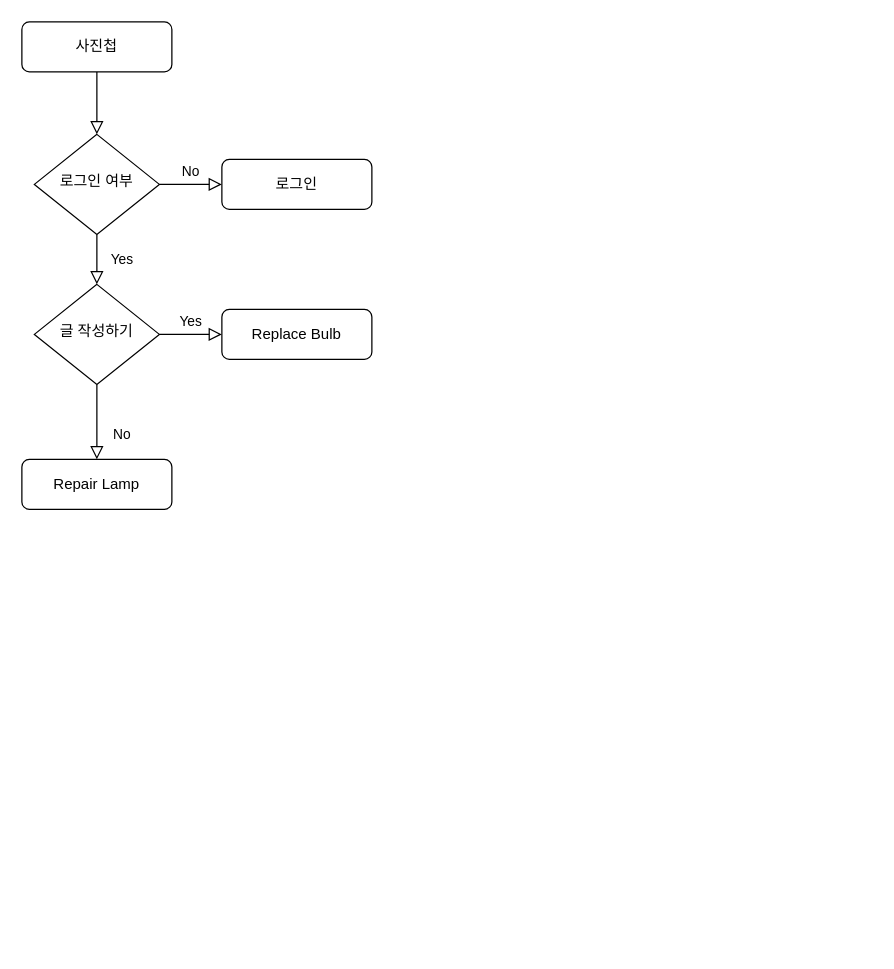
chooosh/chooosh keeps this draw.io diagram as Untitled Diagram.drawio. Above is the earlier version. Source tidied: cells renumbered, new cells numbered last; positions are measured from the earlier drawing's top-left corner, leaving out a move shared by most shapes. Both pictures are drawn from the tidied source at 125%, with x=0, y=0 at pixel (21, 21).
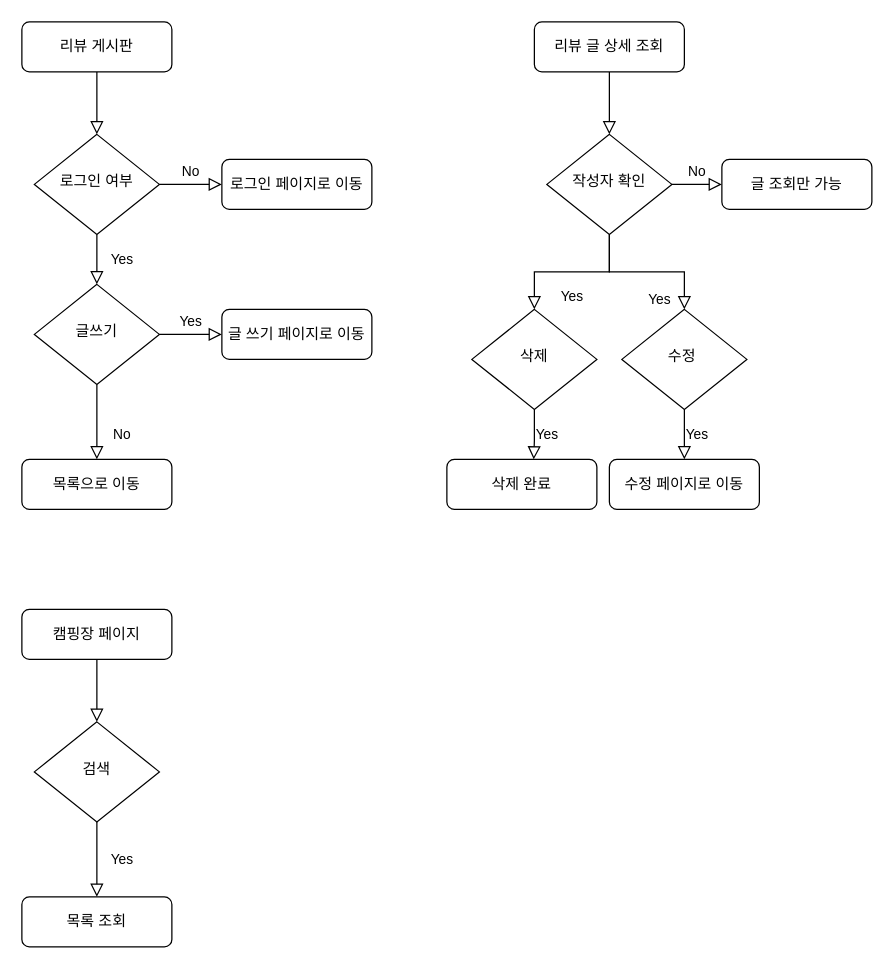
After the change.

Change to the diagram source:
```diff
@@
-    <mxCell id="3" value="사진첩" style="rounded=1;whiteSpace=wrap;html=1;fontSize=12;glass=0;strokeWidth=1;shadow=0;" parent="1" vertex="1">
+    <mxCell id="3" value="리뷰 게시판" style="rounded=1;whiteSpace=wrap;html=1;fontSize=12;glass=0;strokeWidth=1;shadow=0;" parent="1" vertex="1">
       <mxGeometry width="120" height="40" as="geometry" />
     </mxCell>
@@
-    <mxCell id="7" value="로그인" style="rounded=1;whiteSpace=wrap;html=1;fontSize=12;glass=0;strokeWidth=1;shadow=0;" parent="1" vertex="1">
+    <mxCell id="7" value="로그인 페이지로 이동" style="rounded=1;whiteSpace=wrap;html=1;fontSize=12;glass=0;strokeWidth=1;shadow=0;" parent="1" vertex="1">
       <mxGeometry x="160" y="110" width="120" height="40" as="geometry" />
     </mxCell>
@@
-    <mxCell id="10" value="글 작성하기" style="rhombus;whiteSpace=wrap;html=1;shadow=0;fontFamily=Helvetica;fontSize=12;align=center;strokeWidth=1;spacing=6;spacingTop=-4;" parent="1" vertex="1">
+    <mxCell id="10" value="글쓰기" style="rhombus;whiteSpace=wrap;html=1;shadow=0;fontFamily=Helvetica;fontSize=12;align=center;strokeWidth=1;spacing=6;spacingTop=-4;" parent="1" vertex="1">
       <mxGeometry x="10" y="210" width="100" height="80" as="geometry" />
     </mxCell>
-    <mxCell id="11" value="Repair Lamp" style="rounded=1;whiteSpace=wrap;html=1;fontSize=12;glass=0;strokeWidth=1;shadow=0;" parent="1" vertex="1">
+    <mxCell id="11" value="목록으로 이동" style="rounded=1;whiteSpace=wrap;html=1;fontSize=12;glass=0;strokeWidth=1;shadow=0;" parent="1" vertex="1">
       <mxGeometry y="350" width="120" height="40" as="geometry" />
     </mxCell>
-    <mxCell id="12" value="Replace Bulb" style="rounded=1;whiteSpace=wrap;html=1;fontSize=12;glass=0;strokeWidth=1;shadow=0;" parent="1" vertex="1">
+    <mxCell id="12" value="글 쓰기 페이지로 이동" style="rounded=1;whiteSpace=wrap;html=1;fontSize=12;glass=0;strokeWidth=1;shadow=0;" parent="1" vertex="1">
       <mxGeometry x="160" y="230" width="120" height="40" as="geometry" />
     </mxCell>
+    <mxCell id="13" style="rounded=0;html=1;jettySize=auto;fontSize=11;endArrow=block;endFill=0;endSize=8;strokeWidth=1;shadow=0;labelBackgroundColor=none;edgeStyle=orthogonalEdgeStyle;" parent="1" edge="1" source="14" target="17">
+      <mxGeometry relative="1" as="geometry" />
+    </mxCell>
+    <mxCell id="14" value="리뷰 글 상세 조회" style="rounded=1;whiteSpace=wrap;html=1;fontSize=12;glass=0;strokeWidth=1;shadow=0;" parent="1" vertex="1">
+      <mxGeometry x="410" width="120" height="40" as="geometry" />
+    </mxCell>
+    <mxCell id="15" value="Yes" style="rounded=0;html=1;jettySize=auto;fontSize=11;endArrow=block;endFill=0;endSize=8;strokeWidth=1;shadow=0;labelBackgroundColor=none;edgeStyle=orthogonalEdgeStyle;" parent="1" edge="1" source="17" target="20">
+      <mxGeometry x="0.87" y="-20" relative="1" as="geometry">
+        <Array as="points">
+          <mxPoint x="470" y="200" />
+          <mxPoint x="530" y="200" />
+        </Array>
+      </mxGeometry>
+    </mxCell>
+    <mxCell id="16" value="No" style="edgeStyle=orthogonalEdgeStyle;rounded=0;html=1;jettySize=auto;fontSize=11;endArrow=block;endFill=0;endSize=8;strokeWidth=1;shadow=0;labelBackgroundColor=none;" parent="1" edge="1" source="17" target="18">
+      <mxGeometry y="10" relative="1" as="geometry" />
+    </mxCell>
+    <mxCell id="17" value="작성자 확인" style="rhombus;whiteSpace=wrap;html=1;shadow=0;fontFamily=Helvetica;fontSize=12;align=center;strokeWidth=1;spacing=6;spacingTop=-4;" parent="1" vertex="1">
+      <mxGeometry x="420" y="90" width="100" height="80" as="geometry" />
+    </mxCell>
+    <mxCell id="18" value="글 조회만 가능" style="rounded=1;whiteSpace=wrap;html=1;fontSize=12;glass=0;strokeWidth=1;shadow=0;" parent="1" vertex="1">
+      <mxGeometry x="560" y="110" width="120" height="40" as="geometry" />
+    </mxCell>
+    <mxCell id="19" value="Yes" style="edgeStyle=orthogonalEdgeStyle;rounded=0;html=1;jettySize=auto;fontSize=11;endArrow=block;endFill=0;endSize=8;strokeWidth=1;shadow=0;labelBackgroundColor=none;" parent="1" edge="1" source="20" target="22">
+      <mxGeometry y="10" relative="1" as="geometry" />
+    </mxCell>
+    <mxCell id="20" value="수정&amp;nbsp;" style="rhombus;whiteSpace=wrap;html=1;shadow=0;fontFamily=Helvetica;fontSize=12;align=center;strokeWidth=1;spacing=6;spacingTop=-4;" parent="1" vertex="1">
+      <mxGeometry x="480" y="230" width="100" height="80" as="geometry" />
+    </mxCell>
+    <mxCell id="21" value="삭제 완료" style="rounded=1;whiteSpace=wrap;html=1;fontSize=12;glass=0;strokeWidth=1;shadow=0;" parent="1" vertex="1">
+      <mxGeometry x="340" y="350" width="120" height="40" as="geometry" />
+    </mxCell>
+    <mxCell id="22" value="수정 페이지로 이동" style="rounded=1;whiteSpace=wrap;html=1;fontSize=12;glass=0;strokeWidth=1;shadow=0;" parent="1" vertex="1">
+      <mxGeometry x="470" y="350" width="120" height="40" as="geometry" />
+    </mxCell>
+    <mxCell id="23" value="Yes" style="rounded=0;html=1;jettySize=auto;fontSize=11;endArrow=block;endFill=0;endSize=8;strokeWidth=1;shadow=0;labelBackgroundColor=none;edgeStyle=orthogonalEdgeStyle;exitX=0.5;exitY=1;exitDx=0;exitDy=0;entryX=0.5;entryY=0;entryDx=0;entryDy=0;" parent="1" edge="1" source="17" target="24">
+      <mxGeometry y="20" relative="1" as="geometry">
+        <Array as="points">
+          <mxPoint x="470" y="170" />
+          <mxPoint x="470" y="200" />
+          <mxPoint x="410" y="200" />
+        </Array>
+      </mxGeometry>
+    </mxCell>
+    <mxCell id="24" value="삭제" style="rhombus;whiteSpace=wrap;html=1;shadow=0;fontFamily=Helvetica;fontSize=12;align=center;strokeWidth=1;spacing=6;spacingTop=-4;" parent="1" vertex="1">
+      <mxGeometry x="360" y="230" width="100" height="80" as="geometry" />
+    </mxCell>
+    <mxCell id="25" value="Yes" style="edgeStyle=orthogonalEdgeStyle;rounded=0;html=1;jettySize=auto;fontSize=11;endArrow=block;endFill=0;endSize=8;strokeWidth=1;shadow=0;labelBackgroundColor=none;exitX=0.5;exitY=1;exitDx=0;exitDy=0;" parent="1" edge="1" source="24">
+      <mxGeometry y="10" relative="1" as="geometry">
+        <mxPoint x="409.5" y="350" as="targetPoint" />
+        <Array as="points">
+          <mxPoint x="410" y="335" />
+        </Array>
+      </mxGeometry>
+    </mxCell>
+    <mxCell id="26" style="rounded=0;html=1;jettySize=auto;fontSize=11;endArrow=block;endFill=0;endSize=8;strokeWidth=1;shadow=0;labelBackgroundColor=none;edgeStyle=orthogonalEdgeStyle;" parent="1" edge="1" source="27" target="29">
+      <mxGeometry relative="1" as="geometry" />
+    </mxCell>
+    <mxCell id="27" value="캠핑장 페이지" style="rounded=1;whiteSpace=wrap;html=1;fontSize=12;glass=0;strokeWidth=1;shadow=0;" parent="1" vertex="1">
+      <mxGeometry y="470" width="120" height="40" as="geometry" />
+    </mxCell>
+    <mxCell id="28" value="Yes" style="rounded=0;html=1;jettySize=auto;fontSize=11;endArrow=block;endFill=0;endSize=8;strokeWidth=1;shadow=0;labelBackgroundColor=none;edgeStyle=orthogonalEdgeStyle;entryX=0.5;entryY=0;entryDx=0;entryDy=0;" parent="1" edge="1" source="29" target="30">
+      <mxGeometry y="20" relative="1" as="geometry" />
+    </mxCell>
+    <mxCell id="29" value="검색" style="rhombus;whiteSpace=wrap;html=1;shadow=0;fontFamily=Helvetica;fontSize=12;align=center;strokeWidth=1;spacing=6;spacingTop=-4;" parent="1" vertex="1">
+      <mxGeometry x="10" y="560" width="100" height="80" as="geometry" />
+    </mxCell>
+    <mxCell id="30" value="목록 조회" style="rounded=1;whiteSpace=wrap;html=1;fontSize=12;glass=0;strokeWidth=1;shadow=0;" parent="1" vertex="1">
+      <mxGeometry y="700" width="120" height="40" as="geometry" />
+    </mxCell>
```
